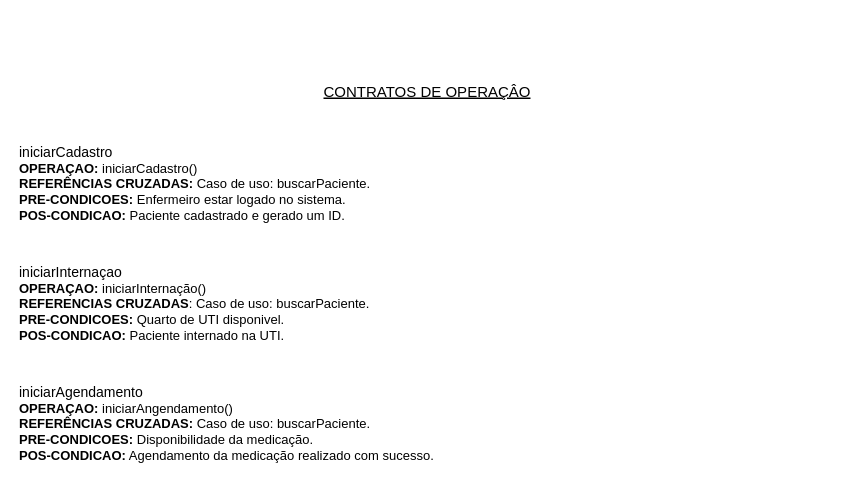
The draw.io diagram page "Page-5" (5 of 6) of Untitled Diagram.drawio in FranciscoAntonioGuilherme/inicioReact, before the edit. Source tidied: cells renumbered, new cells numbered last; positions are measured from the earlier drawing's top-left corner, leaving out a move shared by most shapes. Both pictures are drawn from the tidied source at 100%, with x=0, y=0 at pixel (17, 77).
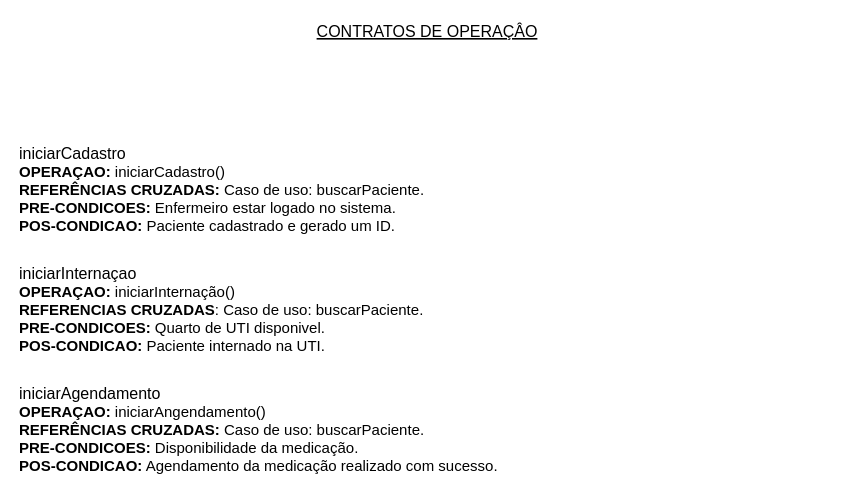
After the change.

What changed in the source:
```diff
@@
 <mxGraphModel>
   <root>
     <mxCell id="0" />
     <mxCell id="1" parent="0" />
-    <mxCell id="2" value="&lt;font style=&quot;font-size: 14px&quot;&gt;iniciarCadastro&lt;/font&gt;&lt;br style=&quot;font-size: 13px&quot;&gt;&lt;b&gt;OPERAÇAO:&lt;/b&gt; iniciarCadastro()&lt;br style=&quot;font-size: 13px&quot;&gt;&lt;b&gt;REFERÊNCIAS CRUZADAS:&lt;/b&gt; Caso de uso: buscarPaciente.&lt;br style=&quot;font-size: 13px&quot;&gt;&lt;b&gt;PRE-CONDICOES:&lt;/b&gt; Enfermeiro estar logado no sistema.&lt;br style=&quot;font-size: 13px&quot;&gt;&lt;b&gt;POS-CONDICAO:&lt;/b&gt; Paciente cadastrado e gerado um ID." style="text;whiteSpace=wrap;html=1;fontSize=13;fontFamily=Helvetica;" parent="1" vertex="1">
+    <mxCell id="2" value="&lt;font style=&quot;font-size: 16px&quot;&gt;iniciarCadastro&lt;/font&gt;&lt;br style=&quot;font-size: 15px&quot;&gt;&lt;b style=&quot;font-size: 15px&quot;&gt;OPERAÇAO:&lt;/b&gt; iniciarCadastro()&lt;br style=&quot;font-size: 15px&quot;&gt;&lt;b style=&quot;font-size: 15px&quot;&gt;REFERÊNCIAS CRUZADAS:&lt;/b&gt; Caso de uso: buscarPaciente.&lt;br style=&quot;font-size: 15px&quot;&gt;&lt;b style=&quot;font-size: 15px&quot;&gt;PRE-CONDICOES:&lt;/b&gt; Enfermeiro estar logado no sistema.&lt;br style=&quot;font-size: 15px&quot;&gt;&lt;b style=&quot;font-size: 15px&quot;&gt;POS-CONDICAO:&lt;/b&gt; Paciente cadastrado e gerado um ID." style="text;whiteSpace=wrap;html=1;fontSize=15;fontFamily=Helvetica;" parent="1" vertex="1">
       <mxGeometry y="60" width="550" height="60" as="geometry" />
     </mxCell>
-    <mxCell id="3" value="&lt;font style=&quot;font-size: 14px&quot;&gt;iniciarInternaçao&lt;br&gt;&lt;/font&gt;&lt;b&gt;OPERAÇAO:&lt;/b&gt; iniciarInternação()&lt;br style=&quot;font-size: 13px&quot;&gt;&lt;b&gt;REFERENCIAS CRUZADAS&lt;/b&gt;: Caso de uso: buscarPaciente.&lt;br style=&quot;font-size: 13px&quot;&gt;&lt;b&gt;PRE-CONDICOES:&lt;/b&gt; Quarto de UTI disponivel.&lt;br style=&quot;font-size: 13px&quot;&gt;&lt;b&gt;POS-CONDICAO:&lt;/b&gt; Paciente internado na UTI." style="text;whiteSpace=wrap;html=1;fontSize=13;fontFamily=Helvetica;" parent="1" vertex="1">
+    <mxCell id="3" value="&lt;font&gt;&lt;font style=&quot;font-size: 16px&quot;&gt;iniciarInternaçao&lt;/font&gt;&lt;br style=&quot;font-size: 15px&quot;&gt;&lt;/font&gt;&lt;b style=&quot;font-size: 15px&quot;&gt;OPERAÇAO:&lt;/b&gt; iniciarInternação()&lt;br style=&quot;font-size: 15px&quot;&gt;&lt;b style=&quot;font-size: 15px&quot;&gt;REFERENCIAS CRUZADAS&lt;/b&gt;: Caso de uso: buscarPaciente.&lt;br style=&quot;font-size: 15px&quot;&gt;&lt;b style=&quot;font-size: 15px&quot;&gt;PRE-CONDICOES:&lt;/b&gt; Quarto de UTI disponivel.&lt;br style=&quot;font-size: 15px&quot;&gt;&lt;b style=&quot;font-size: 15px&quot;&gt;POS-CONDICAO:&lt;/b&gt; Paciente internado na UTI." style="text;whiteSpace=wrap;html=1;fontSize=15;fontFamily=Helvetica;" parent="1" vertex="1">
       <mxGeometry y="180" width="550" height="60" as="geometry" />
     </mxCell>
-    <mxCell id="4" value="&lt;font style=&quot;font-size: 14px&quot;&gt;iniciarAgendamento&lt;br&gt;&lt;/font&gt;&lt;b&gt;OPERAÇAO:&lt;/b&gt; iniciarAngendamento()&lt;br style=&quot;font-size: 13px&quot;&gt;&lt;b&gt;REFERÊNCIAS CRUZADAS: &lt;/b&gt;Caso de uso: buscarPaciente.&lt;br style=&quot;font-size: 13px&quot;&gt;&lt;b&gt;PRE-CONDICOES:&lt;/b&gt; Disponibilidade da medicação.&lt;br style=&quot;font-size: 13px&quot;&gt;&lt;b&gt;POS-CONDICAO:&lt;/b&gt; Agendamento da medicação realizado com sucesso." style="text;whiteSpace=wrap;html=1;fontSize=13;fontFamily=Helvetica;" parent="1" vertex="1">
+    <mxCell id="4" value="&lt;font&gt;&lt;font style=&quot;font-size: 16px&quot;&gt;iniciarAgendamento&lt;/font&gt;&lt;br style=&quot;font-size: 15px&quot;&gt;&lt;/font&gt;&lt;b style=&quot;font-size: 15px&quot;&gt;OPERAÇAO:&lt;/b&gt; iniciarAngendamento()&lt;br style=&quot;font-size: 15px&quot;&gt;&lt;b style=&quot;font-size: 15px&quot;&gt;REFERÊNCIAS CRUZADAS: &lt;/b&gt;Caso de uso: buscarPaciente.&lt;br style=&quot;font-size: 15px&quot;&gt;&lt;b style=&quot;font-size: 15px&quot;&gt;PRE-CONDICOES:&lt;/b&gt; Disponibilidade da medicação.&lt;br style=&quot;font-size: 15px&quot;&gt;&lt;b style=&quot;font-size: 15px&quot;&gt;POS-CONDICAO:&lt;/b&gt; Agendamento da medicação realizado com sucesso." style="text;whiteSpace=wrap;html=1;fontSize=15;fontFamily=Helvetica;" parent="1" vertex="1">
       <mxGeometry y="300" width="550" height="60" as="geometry" />
     </mxCell>
-    <mxCell id="5" value="CONTRATOS DE OPERAÇÂO" style="text;align=center;fontStyle=4;verticalAlign=middle;spacingLeft=3;spacingRight=3;strokeColor=none;fontSize=15;" parent="1" vertex="1">
-      <mxGeometry width="820" height="26" as="geometry" />
+    <mxCell id="5" value="CONTRATOS DE OPERAÇÂO" style="text;align=center;fontStyle=4;verticalAlign=middle;spacingLeft=3;spacingRight=3;strokeColor=none;fontSize=16;" parent="1" vertex="1">
+      <mxGeometry y="-60" width="820" height="26" as="geometry" />
     </mxCell>
   </root>
 </mxGraphModel>
```
